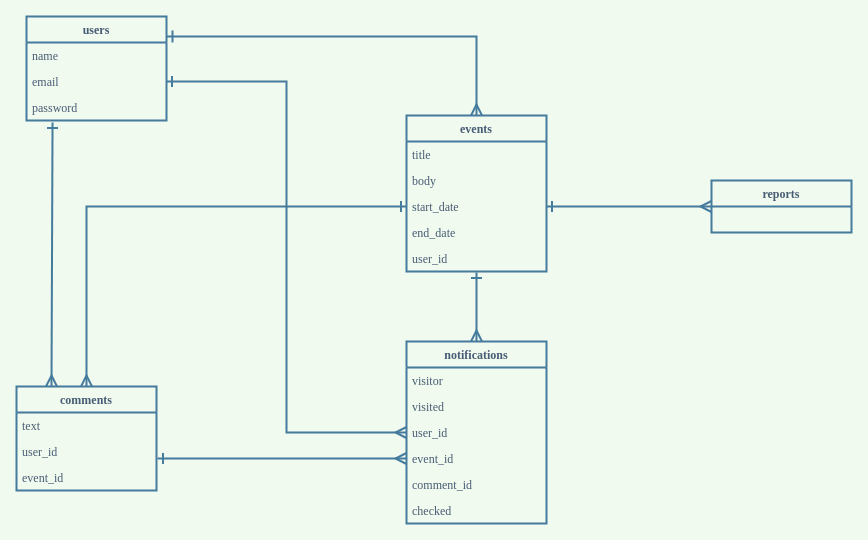
This is table.dio from takumi-murakami/AllEventList-app, a draw.io file, before an edit. Source tidied: cells renumbered, new cells numbered last; positions are measured from the earlier drawing's top-left corner, leaving out a move shared by most shapes. Both pictures are drawn from the tidied source at 100%, with x=0, y=0 at pixel (16, 16).
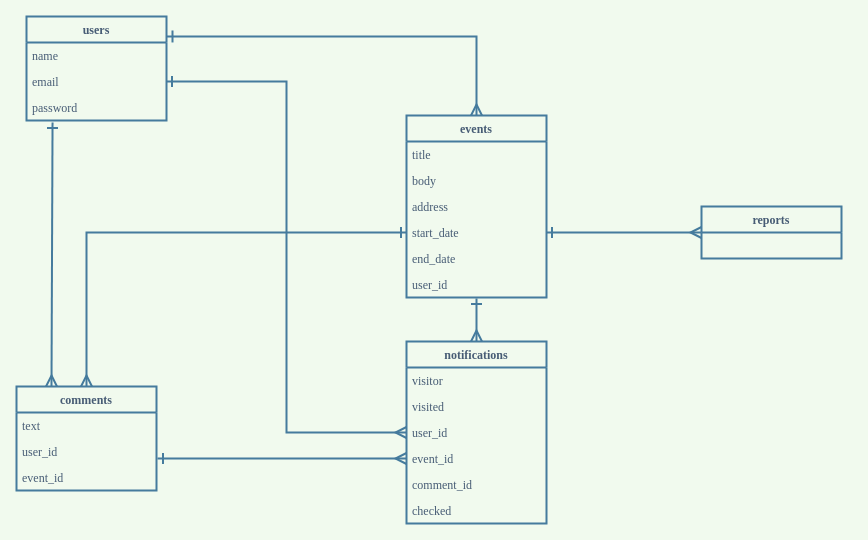
The same diagram, later.

The edit, as a diff of the source:
```diff
@@
-    <mxCell id="24" value="reports" style="swimlane;fontStyle=1;horizontal=1;startSize=26;fillColor=none;strokeColor=#457B9D;fontColor=#1D3557;strokeWidth=2;perimeterSpacing=0;shadow=0;sketch=0;glass=0;swimlaneLine=1;fontFamily=Times New Roman;labelBorderColor=none;textOpacity=80;" parent="1" vertex="1">
-      <mxGeometry x="695" y="164" width="140" height="52" as="geometry" />
-    </mxCell>
     <mxCell id="25" value="events" style="swimlane;fontStyle=1;horizontal=1;startSize=26;fillColor=none;strokeColor=#457B9D;fontColor=#1D3557;strokeWidth=2;perimeterSpacing=0;shadow=0;fontFamily=Times New Roman;labelBorderColor=none;textOpacity=80;" parent="1" vertex="1">
-      <mxGeometry x="390" y="99" width="140" height="156" as="geometry" />
+      <mxGeometry x="390" y="99" width="140" height="182" as="geometry" />
     </mxCell>
@@
+    <mxCell id="31" value="address" style="text;strokeColor=none;fillColor=none;align=left;verticalAlign=top;spacingLeft=4;spacingRight=4;overflow=hidden;fontColor=#1D3557;fontFamily=Times New Roman;labelBorderColor=none;textOpacity=80;" parent="25" vertex="1">
+      <mxGeometry y="78" width="140" height="26" as="geometry" />
+    </mxCell>
     <mxCell id="28" value="start_date" style="text;strokeColor=none;fillColor=none;align=left;verticalAlign=top;spacingLeft=4;spacingRight=4;overflow=hidden;points=[[0,0.5],[1,0.5]];portConstraint=eastwest;fontColor=#1D3557;fontFamily=Times New Roman;labelBorderColor=none;textOpacity=80;" parent="25" vertex="1">
-      <mxGeometry y="78" width="140" height="26" as="geometry" />
+      <mxGeometry y="104" width="140" height="26" as="geometry" />
     </mxCell>
     <mxCell id="29" value="end_date" style="text;strokeColor=none;fillColor=none;align=left;verticalAlign=top;spacingLeft=4;spacingRight=4;overflow=hidden;fontColor=#1D3557;fontFamily=Times New Roman;labelBorderColor=none;textOpacity=80;" parent="25" vertex="1">
-      <mxGeometry y="104" width="140" height="26" as="geometry" />
+      <mxGeometry y="130" width="140" height="26" as="geometry" />
     </mxCell>
     <mxCell id="30" value="user_id" style="text;strokeColor=none;fillColor=none;align=left;verticalAlign=top;spacingLeft=4;spacingRight=4;overflow=hidden;points=[[0,0.5],[1,0.5]];portConstraint=eastwest;fontColor=#1D3557;fontFamily=Times New Roman;labelBorderColor=none;textOpacity=80;" parent="25" vertex="1">
-      <mxGeometry y="130" width="140" height="26" as="geometry" />
+      <mxGeometry y="156" width="140" height="26" as="geometry" />
     </mxCell>
+    <mxCell id="24" value="reports" style="swimlane;fontStyle=1;horizontal=1;startSize=26;fillColor=none;strokeColor=#457B9D;fontColor=#1D3557;strokeWidth=2;perimeterSpacing=0;shadow=0;sketch=0;glass=0;swimlaneLine=1;fontFamily=Times New Roman;labelBorderColor=none;textOpacity=80;" parent="1" vertex="1">
+      <mxGeometry x="685" y="190" width="140" height="52" as="geometry" />
+    </mxCell>
```
